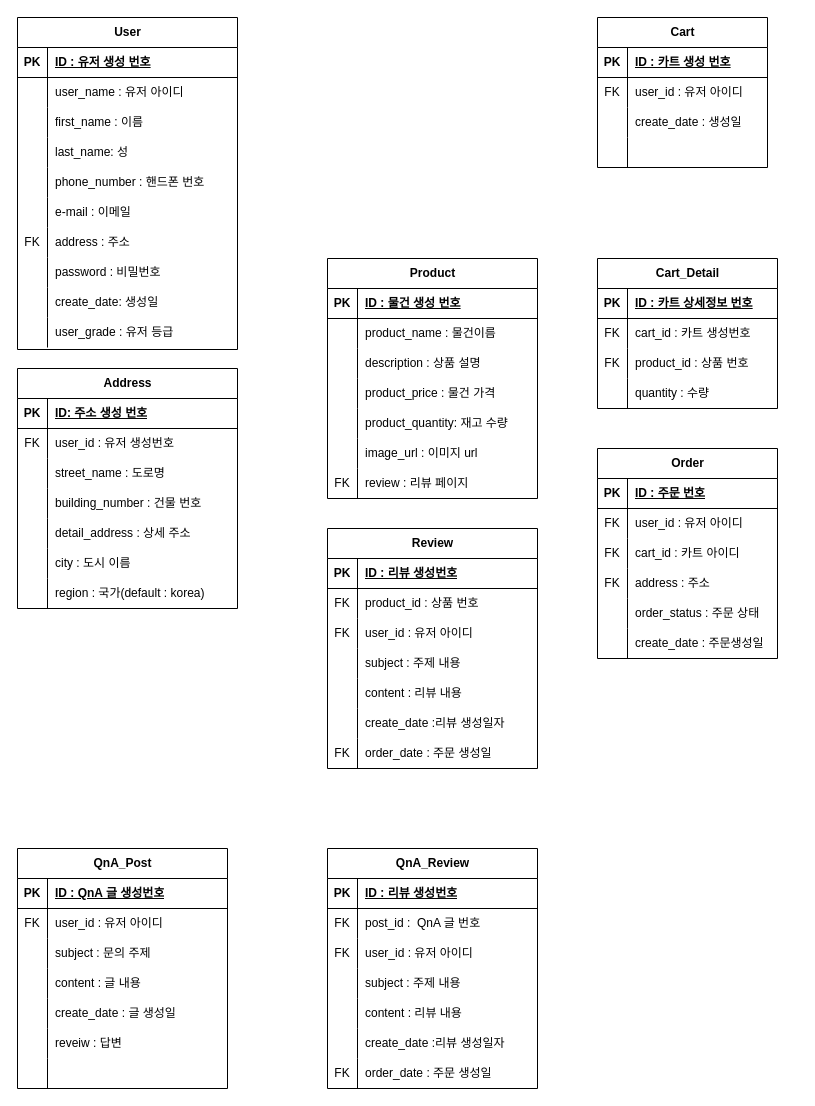
Before: 제목 없는 다이어그램.drawio in remedie-s/miniproject1, a draw.io diagram. Source tidied: cells renumbered, new cells numbered last; positions are measured from the earlier drawing's top-left corner, leaving out a move shared by most shapes. Both pictures are drawn from the tidied source at 100%, with x=0, y=0 at pixel (17, 17).
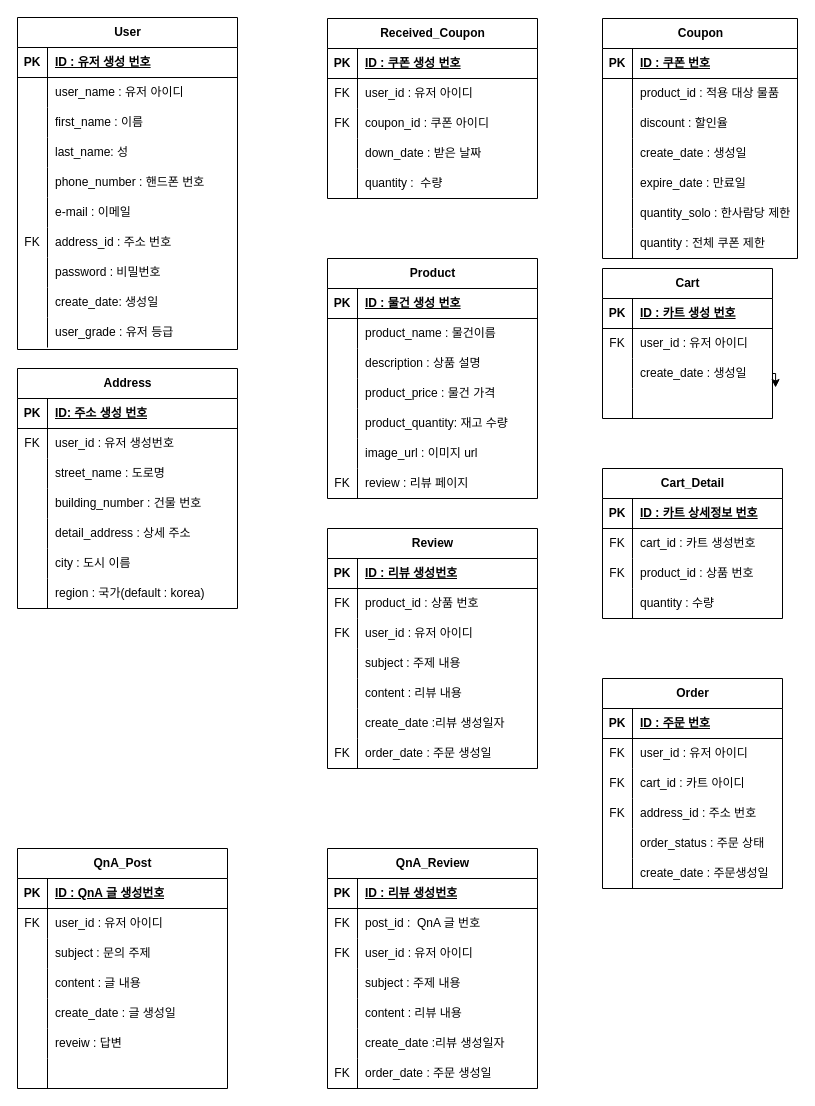
Above is the later version.

Commit message:
쇼핑몰 미니 프로젝트 ERD

The change refers to these unchanged cells:
```xml
<mxCell id="21" style="shape=tableRow;horizontal=0;startSize=0;swimlaneHead=0;swimlaneBody=0;fillColor=none;top=0;left=0;right=0;bottom=0;" parent="2" vertex="1">
  <mxGeometry y="210" width="220" height="30" as="geometry" />
</mxCell>
<mxCell id="62" style="shape=tableRow;horizontal=0;startSize=0;swimlaneHead=0;swimlaneBody=0;fillColor=none;points=[[0,0.5],[1,0.5]];portConstraint=eastwest;top=0;left=0;right=0;bottom=0;" parent="55" vertex="1">
  <mxGeometry y="90" width="170" height="30" as="geometry" />
</mxCell>
<mxCell id="113" style="shape=tableRow;horizontal=0;startSize=0;swimlaneHead=0;swimlaneBody=0;fillColor=none;top=0;left=0;right=0;bottom=0;" parent="103" vertex="1">
  <mxGeometry y="120" width="180" height="30" as="geometry" />
</mxCell>
```

Change to the diagram source:
```diff
@@
-    <mxCell id="23" value="address : 주소" style="shape=partialRectangle;fillColor=none;top=0;left=0;bottom=0;right=0;align=left;spacingLeft=6;overflow=hidden;whiteSpace=wrap;html=1;" parent="21" vertex="1">
+    <mxCell id="23" value="address_id : 주소 번호" style="shape=partialRectangle;fillColor=none;top=0;left=0;bottom=0;right=0;align=left;spacingLeft=6;overflow=hidden;whiteSpace=wrap;html=1;" parent="21" vertex="1">
       <mxGeometry x="30" width="190" height="30" as="geometry" />
     </mxCell>
@@
     <mxCell id="55" value="Cart" style="shape=table;startSize=30;childLayout=tableLayout;rowLines=0;fontStyle=1;align=center;html=1;" parent="1" vertex="1">
-      <mxGeometry x="580" width="170" height="150" as="geometry" />
+      <mxGeometry x="585" y="251" width="170" height="150" as="geometry" />
     </mxCell>
@@
+    <mxCell id="188" style="edgeStyle=orthogonalEdgeStyle;rounded=0;orthogonalLoop=1;jettySize=auto;html=1;exitX=1;exitY=0.5;exitDx=0;exitDy=0;entryX=1.018;entryY=0.967;entryDx=0;entryDy=0;entryPerimeter=0;" parent="55" edge="1" source="62" target="62">
+      <mxGeometry relative="1" as="geometry" />
+    </mxCell>
@@
     <mxCell id="90" value="Cart_Detail" style="shape=table;startSize=30;childLayout=tableLayout;rowLines=0;fontStyle=1;align=center;html=1;" parent="1" vertex="1">
-      <mxGeometry x="580" y="241" width="180" height="150" as="geometry" />
+      <mxGeometry x="585" y="451" width="180" height="150" as="geometry" />
     </mxCell>
@@
     <mxCell id="103" value="Order" style="shape=table;startSize=30;childLayout=tableLayout;rowLines=0;fontStyle=1;align=center;html=1;" parent="1" vertex="1">
-      <mxGeometry x="580" y="431" width="180" height="210" as="geometry" />
+      <mxGeometry x="585" y="661" width="180" height="210" as="geometry" />
     </mxCell>
@@
-    <mxCell id="115" value="address : 주소" style="shape=partialRectangle;fillColor=none;top=0;left=0;bottom=0;right=0;align=left;spacingLeft=6;overflow=hidden;whiteSpace=wrap;html=1;" parent="113" vertex="1">
+    <mxCell id="115" value="address_id : 주소 번호" style="shape=partialRectangle;fillColor=none;top=0;left=0;bottom=0;right=0;align=left;spacingLeft=6;overflow=hidden;whiteSpace=wrap;html=1;" parent="113" vertex="1">
       <mxGeometry x="30" width="150" height="30" as="geometry" />
     </mxCell>
@@
+    <mxCell id="189" value="Received_Coupon" style="shape=table;startSize=30;childLayout=tableLayout;rowLines=0;fontStyle=1;align=center;html=1;" parent="1" vertex="1">
+      <mxGeometry x="310" y="1" width="210" height="180" as="geometry" />
+    </mxCell>
+    <mxCell id="190" style="shape=tableRow;horizontal=0;startSize=0;swimlaneHead=0;swimlaneBody=0;fillColor=none;top=0;left=0;right=0;bottom=1;" parent="189" vertex="1">
+      <mxGeometry y="30" width="210" height="30" as="geometry" />
+    </mxCell>
+    <mxCell id="191" value="PK" style="shape=partialRectangle;fillColor=none;top=0;left=0;bottom=0;right=0;fontStyle=1;overflow=hidden;whiteSpace=wrap;html=1;" parent="190" vertex="1">
+      <mxGeometry width="30" height="30" as="geometry" />
+    </mxCell>
+    <mxCell id="192" value="ID : 쿠폰 생성 번호" style="shape=partialRectangle;fillColor=none;top=0;left=0;bottom=0;right=0;align=left;spacingLeft=6;fontStyle=5;overflow=hidden;whiteSpace=wrap;html=1;" parent="190" vertex="1">
+      <mxGeometry x="30" width="180" height="30" as="geometry" />
+    </mxCell>
+    <mxCell id="193" style="shape=tableRow;horizontal=0;startSize=0;swimlaneHead=0;swimlaneBody=0;fillColor=none;top=0;left=0;right=0;bottom=0;" parent="189" vertex="1">
+      <mxGeometry y="60" width="210" height="30" as="geometry" />
+    </mxCell>
+    <mxCell id="194" value="FK" style="shape=partialRectangle;fillColor=none;top=0;left=0;bottom=0;right=0;overflow=hidden;whiteSpace=wrap;html=1;" parent="193" vertex="1">
+      <mxGeometry width="30" height="30" as="geometry" />
+    </mxCell>
+    <mxCell id="195" value="user_id : 유저 아이디" style="shape=partialRectangle;fillColor=none;top=0;left=0;bottom=0;right=0;align=left;spacingLeft=6;overflow=hidden;whiteSpace=wrap;html=1;" parent="193" vertex="1">
+      <mxGeometry x="30" width="180" height="30" as="geometry" />
+    </mxCell>
+    <mxCell id="196" style="shape=tableRow;horizontal=0;startSize=0;swimlaneHead=0;swimlaneBody=0;fillColor=none;top=0;left=0;right=0;bottom=0;" parent="189" vertex="1">
+      <mxGeometry y="90" width="210" height="30" as="geometry" />
+    </mxCell>
+    <mxCell id="197" value="FK" style="shape=partialRectangle;fillColor=none;top=0;left=0;bottom=0;right=0;overflow=hidden;whiteSpace=wrap;html=1;" parent="196" vertex="1">
+      <mxGeometry width="30" height="30" as="geometry" />
+    </mxCell>
+    <mxCell id="198" value="coupon_id : 쿠폰 아이디" style="shape=partialRectangle;fillColor=none;top=0;left=0;bottom=0;right=0;align=left;spacingLeft=6;overflow=hidden;whiteSpace=wrap;html=1;" parent="196" vertex="1">
+      <mxGeometry x="30" width="180" height="30" as="geometry" />
+    </mxCell>
+    <mxCell id="199" style="shape=tableRow;horizontal=0;startSize=0;swimlaneHead=0;swimlaneBody=0;fillColor=none;top=0;left=0;right=0;bottom=0;" parent="189" vertex="1">
+      <mxGeometry y="120" width="210" height="30" as="geometry" />
+    </mxCell>
+    <mxCell id="200" style="shape=partialRectangle;fillColor=none;top=0;left=0;bottom=0;right=0;overflow=hidden;whiteSpace=wrap;html=1;" parent="199" vertex="1">
+      <mxGeometry width="30" height="30" as="geometry" />
+    </mxCell>
+    <mxCell id="201" value="down_date : 받은 날짜" style="shape=partialRectangle;fillColor=none;top=0;left=0;bottom=0;right=0;align=left;spacingLeft=6;overflow=hidden;whiteSpace=wrap;html=1;" parent="199" vertex="1">
+      <mxGeometry x="30" width="180" height="30" as="geometry" />
+    </mxCell>
+    <mxCell id="202" style="shape=tableRow;horizontal=0;startSize=0;swimlaneHead=0;swimlaneBody=0;fillColor=none;top=0;left=0;right=0;bottom=0;" parent="189" vertex="1">
+      <mxGeometry y="150" width="210" height="30" as="geometry" />
+    </mxCell>
+    <mxCell id="203" style="shape=partialRectangle;fillColor=none;top=0;left=0;bottom=0;right=0;overflow=hidden;whiteSpace=wrap;html=1;" parent="202" vertex="1">
+      <mxGeometry width="30" height="30" as="geometry" />
+    </mxCell>
+    <mxCell id="204" value="quantity :&amp;nbsp; 수량" style="shape=partialRectangle;fillColor=none;top=0;left=0;bottom=0;right=0;align=left;spacingLeft=6;overflow=hidden;whiteSpace=wrap;html=1;" parent="202" vertex="1">
+      <mxGeometry x="30" width="180" height="30" as="geometry" />
+    </mxCell>
+    <mxCell id="205" value="Coupon" style="shape=table;startSize=30;childLayout=tableLayout;rowLines=0;fontStyle=1;align=center;html=1;" parent="1" vertex="1">
+      <mxGeometry x="585" y="1" width="195" height="240" as="geometry" />
+    </mxCell>
+    <mxCell id="206" style="shape=tableRow;horizontal=0;startSize=0;swimlaneHead=0;swimlaneBody=0;fillColor=none;top=0;left=0;right=0;bottom=1;" parent="205" vertex="1">
+      <mxGeometry y="30" width="195" height="30" as="geometry" />
+    </mxCell>
+    <mxCell id="207" value="PK" style="shape=partialRectangle;fillColor=none;top=0;left=0;bottom=0;right=0;fontStyle=1;overflow=hidden;whiteSpace=wrap;html=1;" parent="206" vertex="1">
+      <mxGeometry width="30" height="30" as="geometry" />
+    </mxCell>
+    <mxCell id="208" value="ID : 쿠폰 번호" style="shape=partialRectangle;fillColor=none;top=0;left=0;bottom=0;right=0;align=left;spacingLeft=6;fontStyle=5;overflow=hidden;whiteSpace=wrap;html=1;" parent="206" vertex="1">
+      <mxGeometry x="30" width="165" height="30" as="geometry" />
+    </mxCell>
+    <mxCell id="209" style="shape=tableRow;horizontal=0;startSize=0;swimlaneHead=0;swimlaneBody=0;fillColor=none;top=0;left=0;right=0;bottom=0;" parent="205" vertex="1">
+      <mxGeometry y="60" width="195" height="30" as="geometry" />
+    </mxCell>
+    <mxCell id="210" style="shape=partialRectangle;fillColor=none;top=0;left=0;bottom=0;right=0;overflow=hidden;whiteSpace=wrap;html=1;" parent="209" vertex="1">
+      <mxGeometry width="30" height="30" as="geometry" />
+    </mxCell>
+    <mxCell id="211" value="product_id : 적용 대상 물품" style="shape=partialRectangle;fillColor=none;top=0;left=0;bottom=0;right=0;align=left;spacingLeft=6;overflow=hidden;whiteSpace=wrap;html=1;" parent="209" vertex="1">
+      <mxGeometry x="30" width="165" height="30" as="geometry" />
+    </mxCell>
+    <mxCell id="212" style="shape=tableRow;horizontal=0;startSize=0;swimlaneHead=0;swimlaneBody=0;fillColor=none;top=0;left=0;right=0;bottom=0;" parent="205" vertex="1">
+      <mxGeometry y="90" width="195" height="30" as="geometry" />
+    </mxCell>
+    <mxCell id="213" style="shape=partialRectangle;fillColor=none;top=0;left=0;bottom=0;right=0;overflow=hidden;whiteSpace=wrap;html=1;" parent="212" vertex="1">
+      <mxGeometry width="30" height="30" as="geometry" />
+    </mxCell>
+    <mxCell id="214" value="discount : 할인율" style="shape=partialRectangle;fillColor=none;top=0;left=0;bottom=0;right=0;align=left;spacingLeft=6;overflow=hidden;whiteSpace=wrap;html=1;" parent="212" vertex="1">
+      <mxGeometry x="30" width="165" height="30" as="geometry" />
+    </mxCell>
+    <mxCell id="215" style="shape=tableRow;horizontal=0;startSize=0;swimlaneHead=0;swimlaneBody=0;fillColor=none;top=0;left=0;right=0;bottom=0;" parent="205" vertex="1">
+      <mxGeometry y="120" width="195" height="30" as="geometry" />
+    </mxCell>
+    <mxCell id="216" style="shape=partialRectangle;fillColor=none;top=0;left=0;bottom=0;right=0;overflow=hidden;whiteSpace=wrap;html=1;" parent="215" vertex="1">
+      <mxGeometry width="30" height="30" as="geometry" />
+    </mxCell>
+    <mxCell id="217" value="create_date : 생성일" style="shape=partialRectangle;fillColor=none;top=0;left=0;bottom=0;right=0;align=left;spacingLeft=6;overflow=hidden;whiteSpace=wrap;html=1;" parent="215" vertex="1">
+      <mxGeometry x="30" width="165" height="30" as="geometry" />
+    </mxCell>
+    <mxCell id="218" style="shape=tableRow;horizontal=0;startSize=0;swimlaneHead=0;swimlaneBody=0;fillColor=none;top=0;left=0;right=0;bottom=0;" parent="205" vertex="1">
+      <mxGeometry y="150" width="195" height="30" as="geometry" />
+    </mxCell>
+    <mxCell id="219" style="shape=partialRectangle;fillColor=none;top=0;left=0;bottom=0;right=0;overflow=hidden;whiteSpace=wrap;html=1;" parent="218" vertex="1">
+      <mxGeometry width="30" height="30" as="geometry" />
+    </mxCell>
+    <mxCell id="220" value="expire_date : 만료일" style="shape=partialRectangle;fillColor=none;top=0;left=0;bottom=0;right=0;align=left;spacingLeft=6;overflow=hidden;whiteSpace=wrap;html=1;" parent="218" vertex="1">
+      <mxGeometry x="30" width="165" height="30" as="geometry" />
+    </mxCell>
+    <mxCell id="221" style="shape=tableRow;horizontal=0;startSize=0;swimlaneHead=0;swimlaneBody=0;fillColor=none;top=0;left=0;right=0;bottom=0;" parent="205" vertex="1">
+      <mxGeometry y="180" width="195" height="30" as="geometry" />
+    </mxCell>
+    <mxCell id="222" style="shape=partialRectangle;fillColor=none;top=0;left=0;bottom=0;right=0;overflow=hidden;whiteSpace=wrap;html=1;" parent="221" vertex="1">
+      <mxGeometry width="30" height="30" as="geometry" />
+    </mxCell>
+    <mxCell id="223" value="quantity_solo : 한사람당 제한" style="shape=partialRectangle;fillColor=none;top=0;left=0;bottom=0;right=0;align=left;spacingLeft=6;overflow=hidden;whiteSpace=wrap;html=1;" parent="221" vertex="1">
+      <mxGeometry x="30" width="165" height="30" as="geometry" />
+    </mxCell>
+    <mxCell id="224" style="shape=tableRow;horizontal=0;startSize=0;swimlaneHead=0;swimlaneBody=0;fillColor=none;top=0;left=0;right=0;bottom=0;" parent="205" vertex="1">
+      <mxGeometry y="210" width="195" height="30" as="geometry" />
+    </mxCell>
+    <mxCell id="225" style="shape=partialRectangle;fillColor=none;top=0;left=0;bottom=0;right=0;overflow=hidden;whiteSpace=wrap;html=1;" parent="224" vertex="1">
+      <mxGeometry width="30" height="30" as="geometry" />
+    </mxCell>
+    <mxCell id="226" value="quantity : 전체 쿠폰 제한" style="shape=partialRectangle;fillColor=none;top=0;left=0;bottom=0;right=0;align=left;spacingLeft=6;overflow=hidden;whiteSpace=wrap;html=1;" parent="224" vertex="1">
+      <mxGeometry x="30" width="165" height="30" as="geometry" />
+    </mxCell>
```
